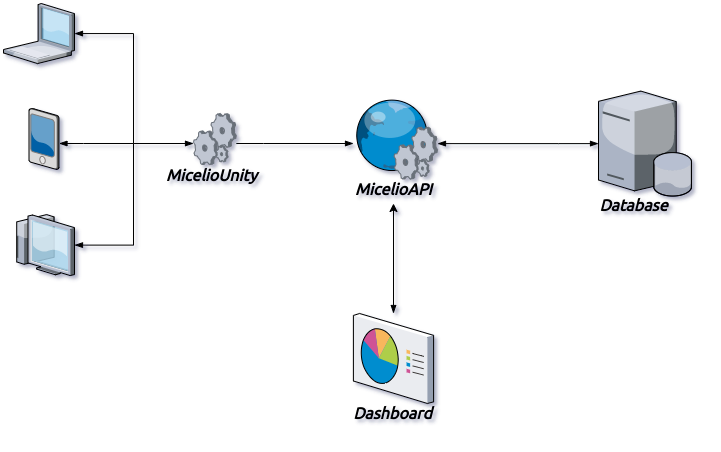
Above: Documentation/Diagramas/conexao-transparente.png in multisens/micelio (draw.io), before the change. Source tidied: cells renumbered, new cells last; positions are measured from the earlier drawing's top-left corner, leaving out a move shared by most shapes.
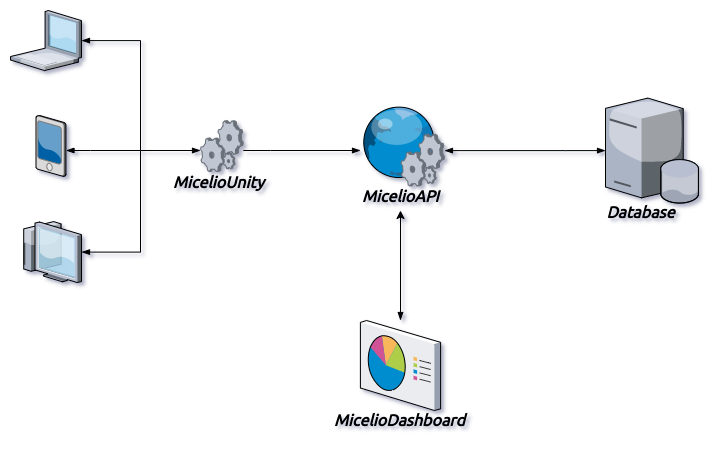
The same file after the commit.

What changed in the source:
```diff
@@ -82,13 +82,13 @@
       </mxGeometry>
     </mxCell>
     <mxCell id="20" style="group;" parent="1" vertex="1">
-      <mxGeometry x="349.9" y="310" width="84.1" height="110" as="geometry" />
+      <mxGeometry x="349.9" y="310" width="114.1" height="110" as="geometry" />
     </mxCell>
     <mxCell id="21" style="verticalLabelPosition=bottom;html=1;verticalAlign=top;strokeColor=none;align=center;outlineConnect=0;shape=mxgraph.citrix.reporting;" parent="20" vertex="1">
       <mxGeometry width="80.2" height="90" as="geometry" />
     </mxCell>
-    <mxCell id="22" value="&lt;b&gt;&lt;i&gt;&lt;font face=&quot;Ubuntu&quot; style=&quot;font-size: 16px&quot;&gt;Dashboard&lt;br&gt;&lt;/font&gt;&lt;/i&gt;&lt;/b&gt;" style="text;html=1;align=center;verticalAlign=middle;" parent="20" vertex="1">
-      <mxGeometry x="-5.9" y="90" width="90" height="20" as="geometry" />
+    <mxCell id="22" value="&lt;b&gt;&lt;i&gt;&lt;font face=&quot;Ubuntu&quot; style=&quot;font-size: 16px&quot;&gt;MicelioDashboard&lt;br&gt;&lt;/font&gt;&lt;/i&gt;&lt;/b&gt;" style="text;html=1;align=center;verticalAlign=middle;" parent="20" vertex="1">
+      <mxGeometry x="-35.9" y="90" width="150" height="20" as="geometry" />
     </mxCell>
   </root>
 </mxGraphModel>
```
